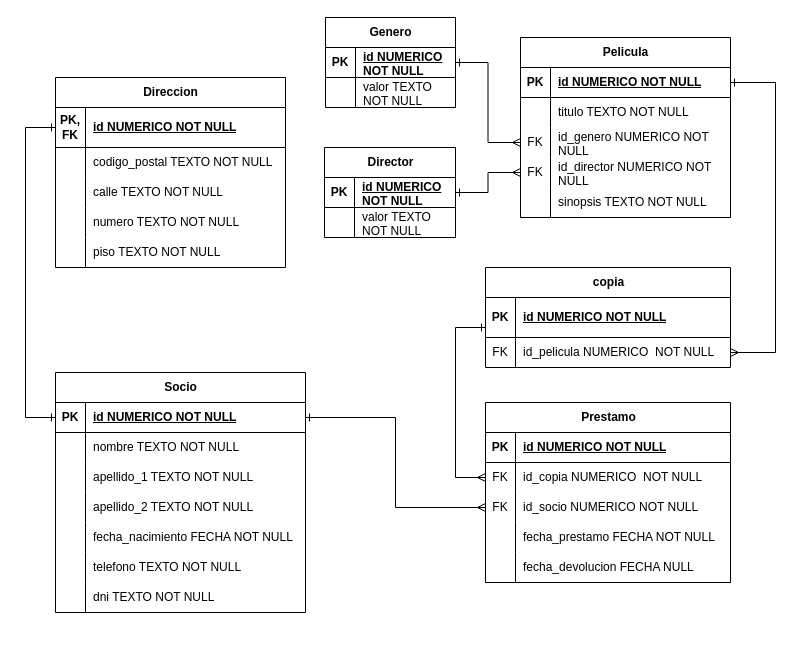
nasli/videoclub keeps this draw.io diagram as videoclub.drawio. Above is the earlier version. Source tidied: cells renumbered, new cells numbered last; positions are measured from the earlier drawing's top-left corner, leaving out a move shared by most shapes. Both pictures are drawn from the tidied source at 100%, with x=0, y=0 at pixel (25, 17).
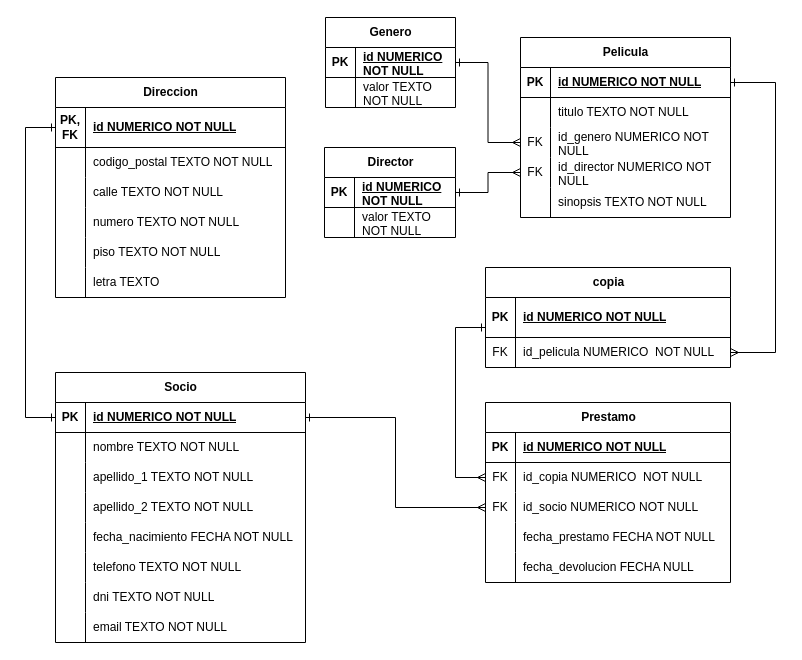
Above is the later version.

Commit message (it also covers changes not shown here):
Update model with latest fields. Poblate table and select films

Change to the diagram source:
```diff
@@
     <mxCell id="2" value="Socio" style="shape=table;startSize=30;childLayout=tableLayout;rowLines=0;fontStyle=1;align=center;html=1;" parent="1" vertex="1">
-      <mxGeometry x="30" y="355" width="250" height="240" as="geometry" />
+      <mxGeometry x="30" y="355" width="250" height="270" as="geometry" />
     </mxCell>
@@
+    <mxCell id="99" style="shape=tableRow;horizontal=0;startSize=0;swimlaneHead=0;swimlaneBody=0;fillColor=none;top=0;left=0;right=0;bottom=0;" parent="2" vertex="1">
+      <mxGeometry y="240" width="250" height="30" as="geometry" />
+    </mxCell>
+    <mxCell id="100" style="shape=partialRectangle;fillColor=none;top=0;left=0;bottom=0;right=0;overflow=hidden;whiteSpace=wrap;html=1;" parent="99" vertex="1">
+      <mxGeometry width="30" height="30" as="geometry" />
+    </mxCell>
+    <mxCell id="101" value="email TEXTO NOT NULL" style="shape=partialRectangle;fillColor=none;top=0;left=0;bottom=0;right=0;align=left;spacingLeft=6;overflow=hidden;whiteSpace=wrap;html=1;" parent="99" vertex="1">
+      <mxGeometry x="30" width="220" height="30" as="geometry" />
+    </mxCell>
@@
     <mxCell id="47" value="Direccion" style="shape=table;startSize=30;childLayout=tableLayout;rowLines=0;fontStyle=1;align=center;html=1;" parent="1" vertex="1">
-      <mxGeometry x="30" y="60" width="230" height="190" as="geometry" />
+      <mxGeometry x="30" y="60" width="230" height="220" as="geometry" />
     </mxCell>
@@
+    <mxCell id="102" style="shape=tableRow;horizontal=0;startSize=0;swimlaneHead=0;swimlaneBody=0;fillColor=none;top=0;left=0;right=0;bottom=0;" parent="47" vertex="1">
+      <mxGeometry y="190" width="230" height="30" as="geometry" />
+    </mxCell>
+    <mxCell id="103" style="shape=partialRectangle;fillColor=none;top=0;left=0;bottom=0;right=0;overflow=hidden;whiteSpace=wrap;html=1;" parent="102" vertex="1">
+      <mxGeometry width="30" height="30" as="geometry" />
+    </mxCell>
+    <mxCell id="104" value="letra TEXTO&amp;nbsp;" style="shape=partialRectangle;fillColor=none;top=0;left=0;bottom=0;right=0;align=left;spacingLeft=6;overflow=hidden;whiteSpace=wrap;html=1;" parent="102" vertex="1">
+      <mxGeometry x="30" width="200" height="30" as="geometry" />
+    </mxCell>
```
